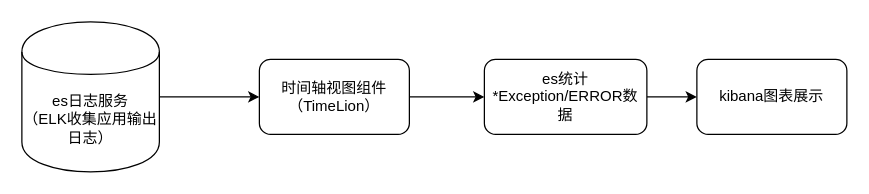
cp0802/xueqqiu keeps this draw.io diagram as 系统日志分析流程图.drawio. Above is the earlier version. Source tidied: cells renumbered, new cells numbered last; positions are measured from the earlier drawing's top-left corner, leaving out a move shared by most shapes. Both pictures are drawn from the tidied source at 125%, with x=0, y=0 at pixel (21, 21).
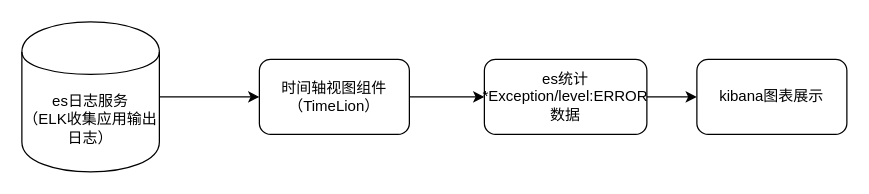
After the change.

Commit message (it also covers changes not shown here):
Update 系统日志分析流程图.drawio

What changed in the source:
```diff
@@
 <mxGraphModel>
   <root>
     <mxCell id="0" />
     <mxCell id="1" parent="0" />
     <mxCell id="2" style="edgeStyle=orthogonalEdgeStyle;rounded=0;jettySize=auto;html=1;entryX=0;entryY=0.5;entryDx=0;entryDy=0;" parent="1" edge="1" source="3" target="7">
       <mxGeometry relative="1" as="geometry" />
     </mxCell>
     <mxCell id="3" value="时间轴视图组件（TimeLion）" style="rounded=1;whiteSpace=wrap;html=1;" parent="1" vertex="1">
       <mxGeometry x="190" y="30" width="120" height="60" as="geometry" />
     </mxCell>
     <mxCell id="4" style="edgeStyle=orthogonalEdgeStyle;rounded=0;jettySize=auto;html=1;entryX=0;entryY=0.5;entryDx=0;entryDy=0;" parent="1" edge="1" source="5" target="3">
       <mxGeometry relative="1" as="geometry" />
     </mxCell>
     <mxCell id="5" value="&lt;span style=&quot;white-space: normal&quot;&gt;es日志服务&lt;br&gt;（ELK收集应用输出日志）&lt;br&gt;&lt;/span&gt;" style="shape=cylinder;whiteSpace=wrap;html=1;boundedLbl=1;backgroundOutline=1;" parent="1" vertex="1">
       <mxGeometry width="110" height="120" as="geometry" />
     </mxCell>
     <mxCell id="6" style="edgeStyle=orthogonalEdgeStyle;rounded=0;jettySize=auto;html=1;" parent="1" edge="1" source="7" target="8">
       <mxGeometry relative="1" as="geometry" />
     </mxCell>
-    <mxCell id="7" value="es统计*Exception/ERROR数据" style="rounded=1;whiteSpace=wrap;html=1;" parent="1" vertex="1">
+    <mxCell id="7" value="es统计*Exception/level:ERROR数据" style="rounded=1;whiteSpace=wrap;html=1;" parent="1" vertex="1">
       <mxGeometry x="370" y="30" width="130" height="60" as="geometry" />
     </mxCell>
     <mxCell id="8" value="kibana图表展示" style="rounded=1;whiteSpace=wrap;html=1;" parent="1" vertex="1">
       <mxGeometry x="540" y="30" width="120" height="60" as="geometry" />
     </mxCell>
   </root>
 </mxGraphModel>
```
